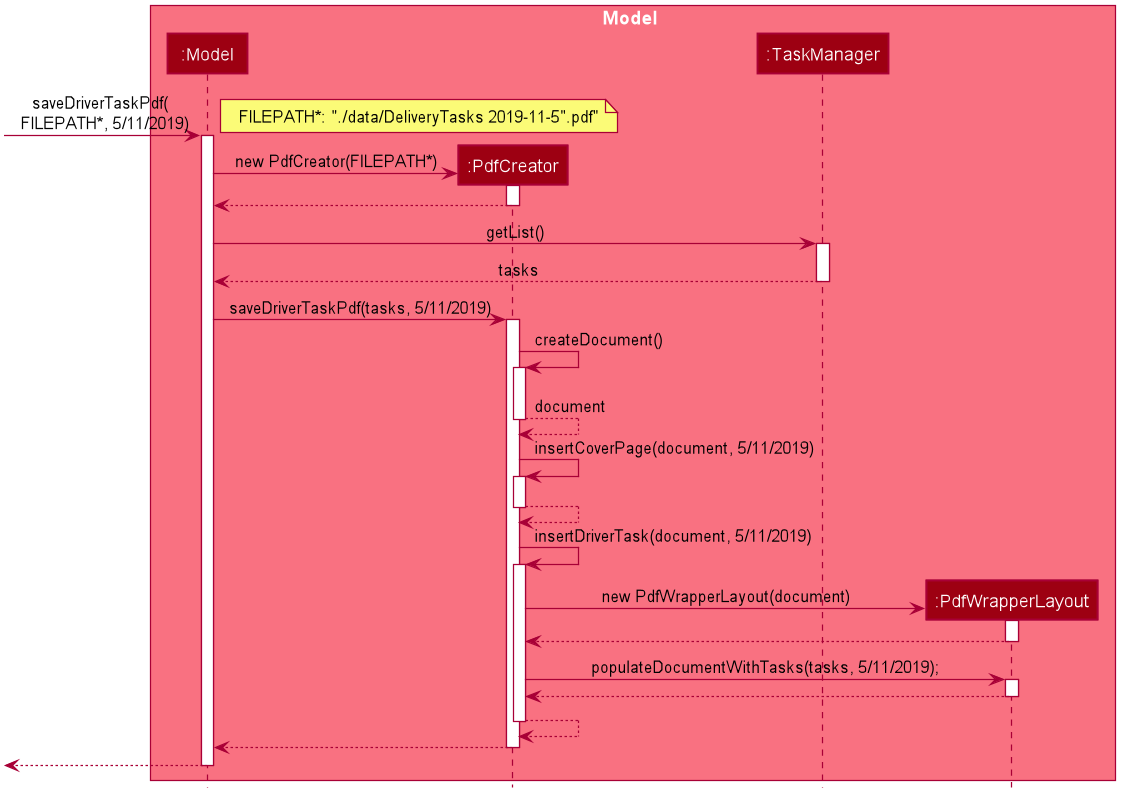
Earlier version of the PlantUML export docs/images/GeneratePdfSequenceDiagram.png (AY1920S1-CS2103-F14-4/main). Source of this version:
```plantuml
@startuml









skinparam BackgroundColor #FFFFFFF

skinparam Shadowing false

skinparam Class {
    FontColor #FFFFFF
    BorderThickness 1
    BorderColor #FFFFFF
    StereotypeFontColor #FFFFFF
    FontName Arial
}


skinparam Actor {
    BorderColor #000000
    Color #000000
    FontName Arial
}

skinparam Sequence {
    MessageAlign center
    BoxFontSize 15
    BoxPadding 0
    BoxFontColor #FFFFFF
    FontName Arial
}


skinparam Participant {
    FontColor #FFFFFFF
    Padding 20
}

skinparam MinClassWidth 50
skinparam ParticipantPadding 10
skinparam Shadowing false
skinparam DefaultTextAlignment center
skinparam packageStyle Rectangle

hide footbox
hide members
hide circle

box Model #F97181
participant ":Model" as Model #9D0012
participant ":PdfCreator" as PdfCreator #9D0012
participant ":TaskManager" as TaskManager #9D0012
participant ":PdfWrapperLayout" as PdfWrapperLayout #9D0012
end box


[-> Model : saveDriverTaskPdf( \n FILEPATH*, 5/11/2019)
note right: FILEPATH*: "./data/DeliveryTasks 2019-11-5".pdf"
activate Model

create PdfCreator
Model -> PdfCreator : new PdfCreator(FILEPATH*)
activate PdfCreator

PdfCreator --> Model
deactivate PdfCreator

Model -> TaskManager : getList()
activate TaskManager

TaskManager --> Model: tasks
deactivate TaskManager

Model -> PdfCreator : saveDriverTaskPdf(tasks, 5/11/2019)
activate PdfCreator

PdfCreator -> PdfCreator ++: createDocument()
PdfCreator --> PdfCreator --: document

PdfCreator -> PdfCreator ++: insertCoverPage(document, 5/11/2019)
PdfCreator --> PdfCreator --

PdfCreator -> PdfCreator ++: insertDriverTask(document, 5/11/2019)

create PdfWrapperLayout
PdfCreator -> PdfWrapperLayout :  new PdfWrapperLayout(document)
activate PdfWrapperLayout

PdfWrapperLayout --> PdfCreator
deactivate PdfWrapperLayout

PdfCreator -> PdfWrapperLayout : populateDocumentWithTasks(tasks, 5/11/2019);
activate PdfWrapperLayout

PdfWrapperLayout --> PdfCreator
deactivate PdfWrapperLayout

PdfCreator --> PdfCreator --

PdfCreator --> Model
deactivate PdfCreator

[<-- Model
deactivate Model

@enduml
```
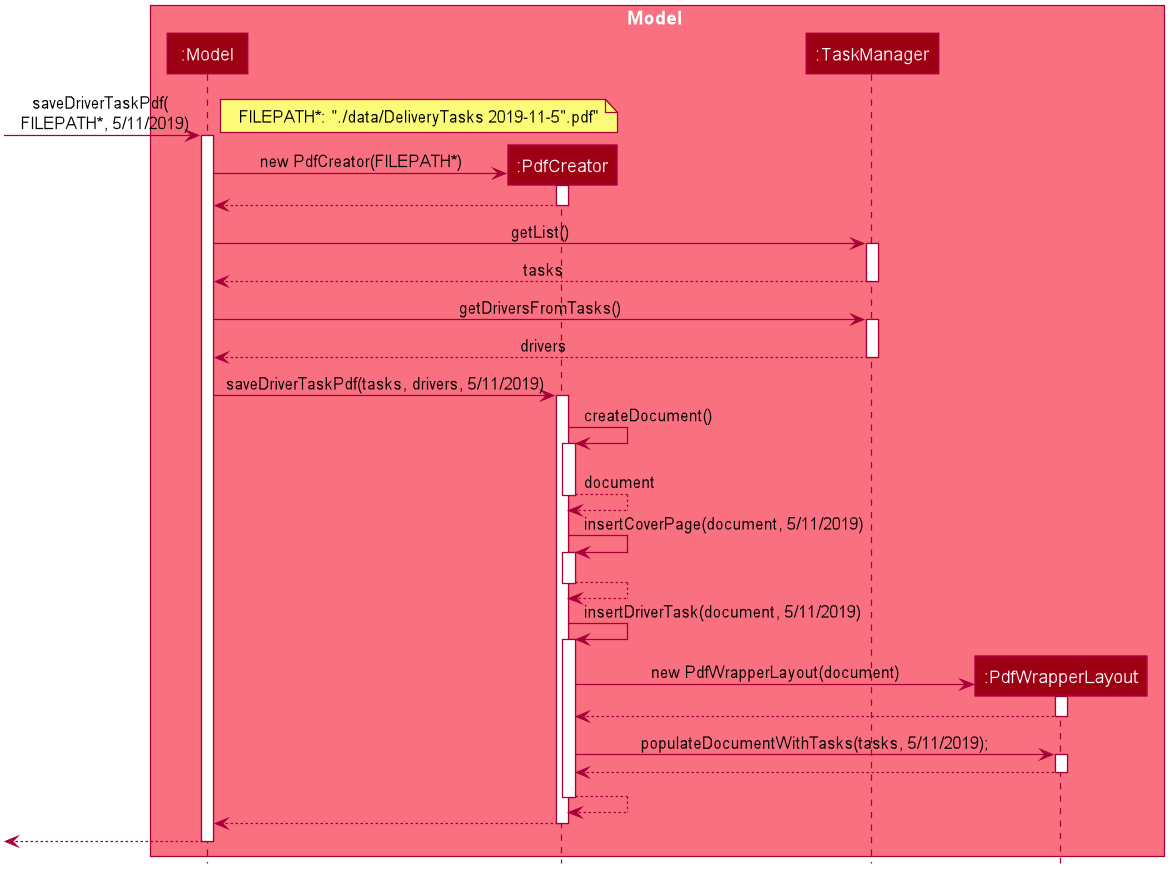
After the commit.

The edit, as a diff of the source:
```diff
@@ -76,7 +76,13 @@
 TaskManager --> Model: tasks
 deactivate TaskManager
 
-Model -> PdfCreator : saveDriverTaskPdf(tasks, 5/11/2019)
+Model -> TaskManager : getDriversFromTasks()
+activate TaskManager
+
+TaskManager --> Model: drivers
+deactivate TaskManager
+
+Model -> PdfCreator : saveDriverTaskPdf(tasks, drivers, 5/11/2019)
 activate PdfCreator
 
 PdfCreator -> PdfCreator ++: createDocument()
```
